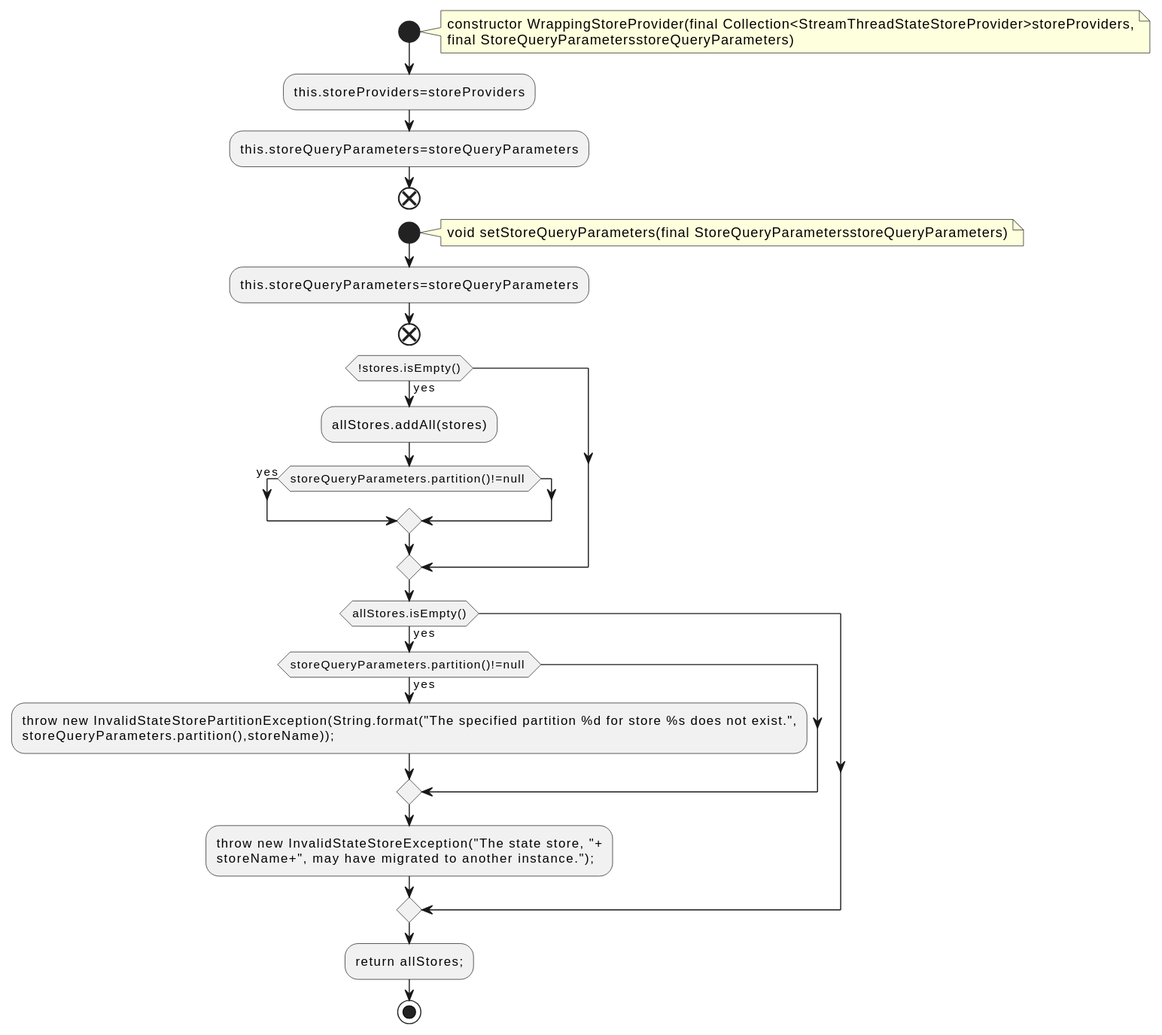
Earlier version of the PlantUML export docs/qc/streams/src/main/java/org/apache/kafka/streams/state/internals/WrappingStoreProvider.java.fct.svg (qualitesys/kafka). The source it was exported from:
```plantuml
@startuml
!pragma layout smetana
start
note right
constructor WrappingStoreProvider(final Collection<StreamThreadStateStoreProvider>storeProviders,
final StoreQueryParametersstoreQueryParameters)
end note
:this.storeProviders=storeProviders;
:this.storeQueryParameters=storeQueryParameters;
end
start
note right
void setStoreQueryParameters(final StoreQueryParametersstoreQueryParameters)
end note
:this.storeQueryParameters=storeQueryParameters;
end
if (!stores.isEmpty()) then (yes)
:allStores.addAll(stores);
if (storeQueryParameters.partition()!=null ) then (yes)
endif
endif
if (allStores.isEmpty()) then (yes)
if (storeQueryParameters.partition()!=null ) then (yes)
:throw new InvalidStateStorePartitionException(String.format("The specified partition %d for store %s does not exist.",
storeQueryParameters.partition(),storeName));;
endif
:throw new InvalidStateStoreException("The state store, "+
storeName+", may have migrated to another instance.");;
endif
:return allStores;;
stop
@enduml
```
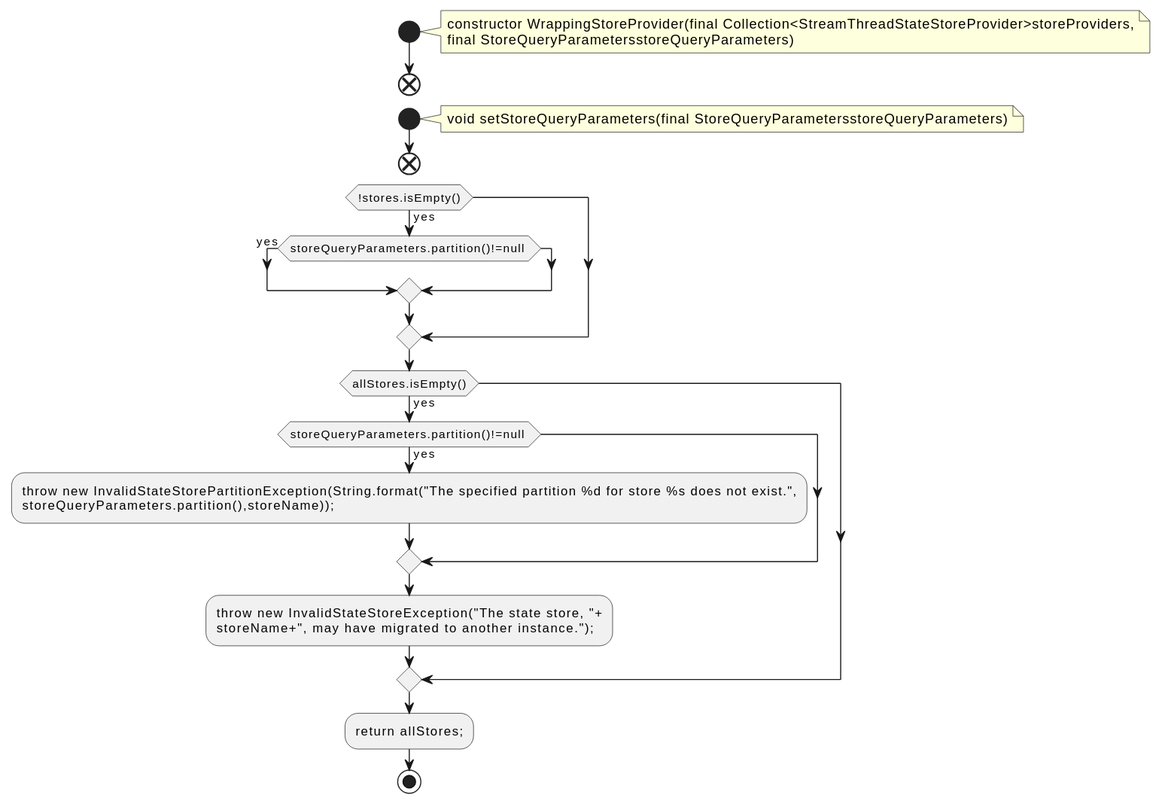
The same diagram one commit later.

The edit, as a diff of the source:
```diff
@@ -5,17 +5,13 @@
 constructor WrappingStoreProvider(final Collection<StreamThreadStateStoreProvider>storeProviders,
 final StoreQueryParametersstoreQueryParameters)
 end note
-:this.storeProviders=storeProviders;
-:this.storeQueryParameters=storeQueryParameters;
 end
 start
 note right
 void setStoreQueryParameters(final StoreQueryParametersstoreQueryParameters)
 end note
-:this.storeQueryParameters=storeQueryParameters;
 end
 if (!stores.isEmpty()) then (yes)
-:allStores.addAll(stores);
 if (storeQueryParameters.partition()!=null ) then (yes)
 endif
 endif
```
